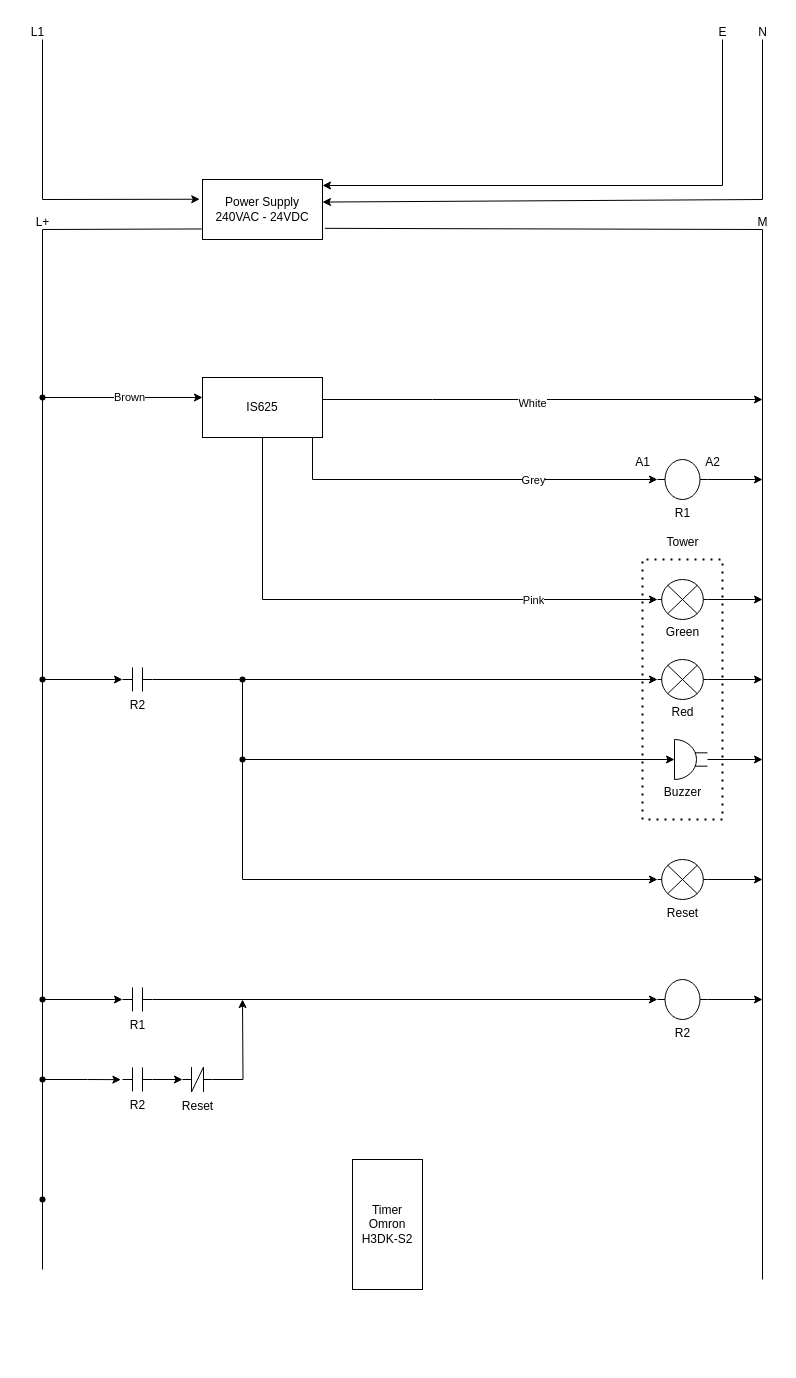
The draw.io diagram Upside Down Detector.drawio in nicholas-carnie/Nicks-files, before the edit. Source tidied: cells renumbered, new cells numbered last; positions are measured from the earlier drawing's top-left corner, leaving out a move shared by most shapes. Both pictures are drawn from the tidied source at 100%, with x=0, y=0 at pixel (17, 17).
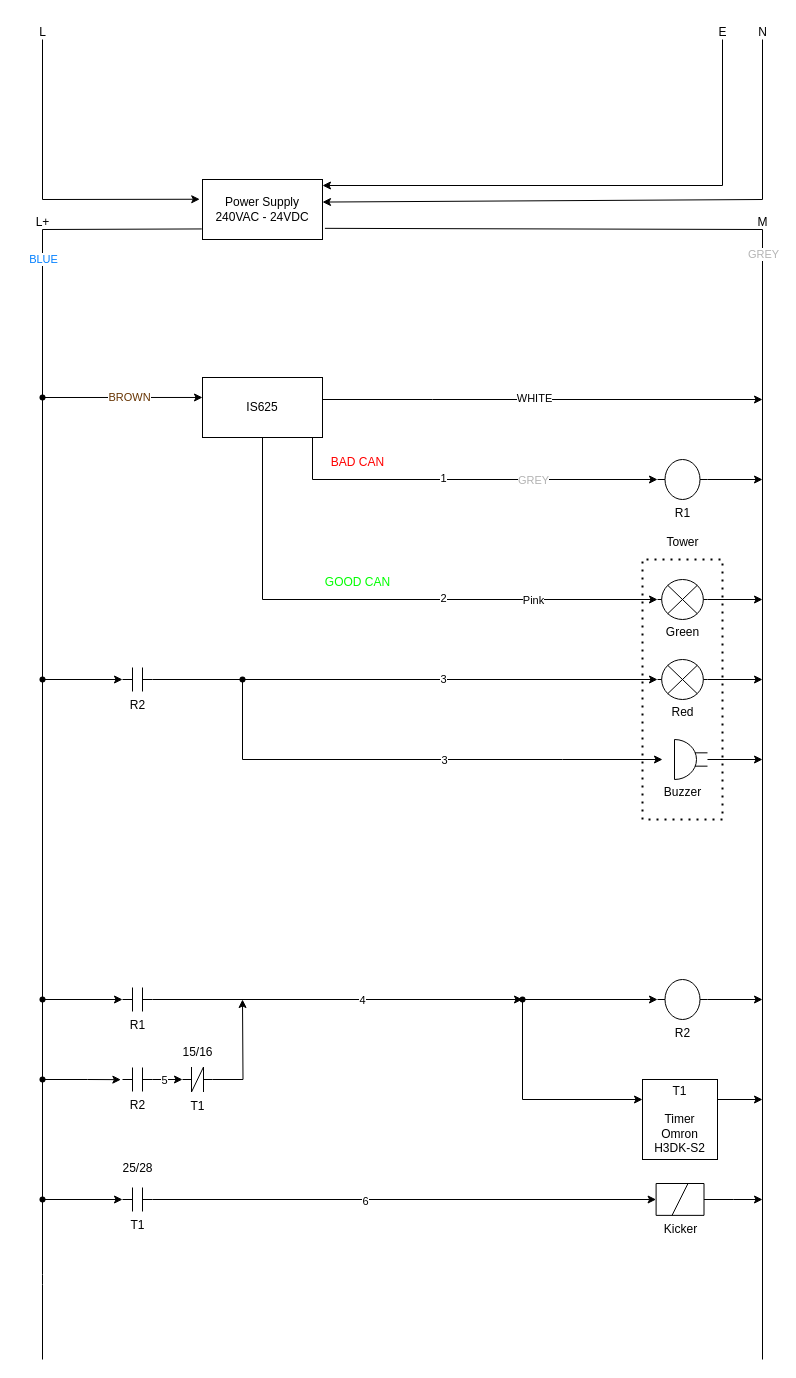
The same page after the edit.

The change refers to these unchanged cells:
```xml
<mxCell id="2" value="Power Supply&lt;div&gt;240VAC - 24VDC&lt;/div&gt;" style="rounded=0;whiteSpace=wrap;html=1;" parent="1" vertex="1">
  <mxGeometry x="185" y="162" width="120" height="60" as="geometry" />
</mxCell>
<mxCell id="7" style="endArrow=none;html=1;rounded=0;entryX=-0.006;entryY=0.824;entryDx=0;entryDy=0;entryPerimeter=0;" parent="1" edge="1" source="45" target="2">
  <mxGeometry relative="1" as="geometry">
    <Array as="points">
      <mxPoint x="25" y="212" />
    </Array>
  </mxGeometry>
</mxCell>
<mxCell id="11" style="edgeStyle=orthogonalEdgeStyle;rounded=0;jettySize=auto;html=1;" parent="1" edge="1" source="13">
  <mxGeometry relative="1" as="geometry">
    <mxPoint x="745" y="382" as="targetPoint" />
    <Array as="points">
      <mxPoint x="415" y="382" />
      <mxPoint x="415" y="382" />
    </Array>
  </mxGeometry>
</mxCell>
<mxCell id="25" style="verticalLabelPosition=bottom;shadow=0;dashed=0;align=center;html=1;verticalAlign=top;shape=mxgraph.electrical.electro-mechanical.buzzer;" parent="1" vertex="1">
  <mxGeometry x="657" y="722" width="33" height="40" as="geometry" />
</mxCell>
<mxCell id="28" style="edgeStyle=orthogonalEdgeStyle;rounded=0;jettySize=auto;html=1;entryX=0;entryY=0.5;entryDx=0;entryDy=0;entryPerimeter=0;" parent="1" edge="1" source="27" target="22">
  <mxGeometry relative="1" as="geometry" />
</mxCell>
<mxCell id="31" style="shape=waypoint;sketch=0;fillStyle=solid;size=6;points=[];fillColor=none;perimeter=centerPerimeter;snapToPoint=1;" parent="1" vertex="1">
  <mxGeometry x="215" y="652" width="20" height="20" as="geometry" />
</mxCell>
<mxCell id="36" value="R1" style="verticalLabelPosition=bottom;shadow=0;dashed=0;align=center;html=1;verticalAlign=top;shape=mxgraph.electrical.electro-mechanical.relay_contacts;" parent="1" vertex="1">
  <mxGeometry x="105" y="970" width="30" height="24" as="geometry" />
</mxCell>
<mxCell id="43" style="edgeStyle=orthogonalEdgeStyle;rounded=0;jettySize=auto;html=1;entryX=0;entryY=0.333;entryDx=0;entryDy=0;entryPerimeter=0;" parent="1" edge="1" source="45" target="13">
  <mxGeometry relative="1" as="geometry" />
</mxCell>
<mxCell id="46" style="edgeStyle=orthogonalEdgeStyle;rounded=0;jettySize=auto;html=1;entryX=0;entryY=0.5;entryDx=0;entryDy=0;entryPerimeter=0;" parent="1" edge="1" source="13" target="17">
  <mxGeometry relative="1" as="geometry">
    <Array as="points">
      <mxPoint x="295" y="462" />
    </Array>
  </mxGeometry>
</mxCell>
<mxCell id="48" style="edgeStyle=orthogonalEdgeStyle;rounded=0;jettySize=auto;html=1;entryX=0;entryY=0.5;entryDx=0;entryDy=0;entryPerimeter=0;" parent="1" edge="1" source="13" target="15">
  <mxGeometry relative="1" as="geometry">
    <Array as="points">
      <mxPoint x="245" y="582" />
    </Array>
  </mxGeometry>
</mxCell>
<mxCell id="55" value="R2" style="verticalLabelPosition=bottom;shadow=0;dashed=0;align=center;html=1;verticalAlign=top;shape=mxgraph.electrical.electro-mechanical.relay_coil_2;" parent="1" vertex="1">
  <mxGeometry x="640" y="962" width="50" height="40" as="geometry" />
</mxCell>
<mxCell id="62" style="edgeStyle=orthogonalEdgeStyle;rounded=0;jettySize=auto;html=1;exitX=1;exitY=0.5;exitDx=0;exitDy=0;exitPerimeter=0;entryX=0;entryY=0.5;entryDx=0;entryDy=0;entryPerimeter=0;" parent="1" edge="1" source="56" target="61">
  <mxGeometry relative="1" as="geometry" />
</mxCell>
<mxCell id="65" style="shape=waypoint;sketch=0;fillStyle=solid;size=6;points=[];fillColor=none;perimeter=centerPerimeter;snapToPoint=1;" parent="1" vertex="1">
  <mxGeometry x="15" y="1172" width="20" height="20" as="geometry" />
</mxCell>
```

What changed in the source:
```diff
@@
-    <mxCell id="4" value="L1" style="text;html=1;align=center;verticalAlign=middle;strokeColor=none;fillColor=none;" parent="1" vertex="1">
-      <mxGeometry width="40" height="30" as="geometry" />
+    <mxCell id="4" value="L" style="text;html=1;align=center;verticalAlign=middle;strokeColor=none;fillColor=none;" parent="1" vertex="1">
+      <mxGeometry x="10" width="30" height="30" as="geometry" />
     </mxCell>
@@
+    <mxCell id="66" value="&lt;font style=&quot;color: rgb(0, 127, 255);&quot;&gt;BLUE&lt;/font&gt;" style="edgeLabel;html=1;align=center;verticalAlign=middle;" parent="7" vertex="1">
+      <mxGeometry x="-0.15" relative="1" as="geometry" />
+    </mxCell>
@@
     <mxCell id="9" style="endArrow=none;html=1;rounded=0;exitX=1.02;exitY=0.814;exitDx=0;exitDy=0;exitPerimeter=0;" parent="1" edge="1" source="2">
       <mxGeometry relative="1" as="geometry">
-        <mxPoint x="745" y="1262" as="targetPoint" />
+        <mxPoint x="745" y="1342" as="targetPoint" />
         <Array as="points">
           <mxPoint x="745" y="212" />
         </Array>
       </mxGeometry>
     </mxCell>
+    <mxCell id="67" value="&lt;font style=&quot;color: rgb(179, 179, 179);&quot;&gt;GREY&lt;/font&gt;" style="edgeLabel;html=1;align=center;verticalAlign=middle;" parent="9" vertex="1">
+      <mxGeometry x="-0.41" y="-1" relative="1" as="geometry">
+        <mxPoint x="1" as="offset" />
+      </mxGeometry>
+    </mxCell>
@@
-    <mxCell id="12" value="White" style="edgeLabel;html=1;align=center;verticalAlign=middle;" parent="11" vertex="1">
-      <mxGeometry x="-0.05" y="-3" relative="1" as="geometry" />
+    <mxCell id="12" value="WHITE" style="edgeLabel;html=1;align=center;verticalAlign=middle;" parent="11" vertex="1">
+      <mxGeometry x="-0.05" y="-3" relative="1" as="geometry">
+        <mxPoint x="2" y="-5" as="offset" />
+      </mxGeometry>
     </mxCell>
@@
-    <mxCell id="29" style="edgeStyle=orthogonalEdgeStyle;rounded=0;jettySize=auto;html=1;entryX=0;entryY=0.5;entryDx=0;entryDy=0;entryPerimeter=0;" parent="1" edge="1" source="32" target="25">
-      <mxGeometry relative="1" as="geometry">
-        <Array as="points">
-          <mxPoint x="225" y="742" />
-        </Array>
-      </mxGeometry>
-    </mxCell>
-    <mxCell id="30" style="edgeStyle=orthogonalEdgeStyle;rounded=0;jettySize=auto;html=1;entryX=0;entryY=0.5;entryDx=0;entryDy=0;entryPerimeter=0;" parent="1" edge="1" source="31" target="34">
-      <mxGeometry relative="1" as="geometry">
-        <Array as="points">
-          <mxPoint x="225" y="862" />
-        </Array>
-      </mxGeometry>
-    </mxCell>
+    <mxCell id="68" value="3" style="edgeLabel;html=1;align=center;verticalAlign=middle;" parent="28" vertex="1">
+      <mxGeometry x="0.15" y="1" relative="1" as="geometry" />
+    </mxCell>
+    <mxCell id="69" style="edgeStyle=orthogonalEdgeStyle;rounded=0;jettySize=auto;html=1;" parent="1" edge="1" source="31">
+      <mxGeometry relative="1" as="geometry">
+        <mxPoint x="645" y="742" as="targetPoint" />
+        <Array as="points">
+          <mxPoint x="225" y="742" />
+          <mxPoint x="545" y="742" />
+        </Array>
+      </mxGeometry>
+    </mxCell>
+    <mxCell id="70" value="3" style="edgeLabel;html=1;align=center;verticalAlign=middle;" parent="69" vertex="1">
+      <mxGeometry x="0.13" y="1" relative="1" as="geometry">
+        <mxPoint x="-2" y="1" as="offset" />
+      </mxGeometry>
+    </mxCell>
@@
-    <mxCell id="32" style="shape=waypoint;sketch=0;fillStyle=solid;size=6;points=[];fillColor=none;perimeter=centerPerimeter;snapToPoint=1;" parent="1" vertex="1">
-      <mxGeometry x="215" y="732" width="20" height="20" as="geometry" />
-    </mxCell>
-    <mxCell id="33" style="edgeStyle=orthogonalEdgeStyle;rounded=0;jettySize=auto;html=1;" parent="1" edge="1" source="34">
-      <mxGeometry relative="1" as="geometry">
-        <mxPoint x="745" y="862" as="targetPoint" />
-      </mxGeometry>
-    </mxCell>
-    <mxCell id="34" value="Reset" style="verticalLabelPosition=bottom;shadow=0;dashed=0;align=center;html=1;verticalAlign=top;shape=mxgraph.electrical.miscellaneous.light_bulb;" parent="1" vertex="1">
-      <mxGeometry x="640" y="842" width="50" height="40" as="geometry" />
-    </mxCell>
-    <mxCell id="35" style="edgeStyle=orthogonalEdgeStyle;rounded=0;jettySize=auto;html=1;entryX=0;entryY=0.5;entryDx=0;entryDy=0;entryPerimeter=0;" parent="1" edge="1" source="36" target="55">
+    <mxCell id="35" style="edgeStyle=orthogonalEdgeStyle;rounded=0;jettySize=auto;html=1;entryX=0;entryY=0.5;entryDx=0;entryDy=0;entryPerimeter=0;" parent="1" edge="1" source="78" target="55">
       <mxGeometry relative="1" as="geometry" />
     </mxCell>
@@
-    <mxCell id="44" value="Brown" style="edgeLabel;html=1;align=center;verticalAlign=middle;" parent="43" vertex="1">
+    <mxCell id="44" value="BROWN" style="edgeLabel;html=1;align=center;verticalAlign=middle;fontColor=#663300;" parent="43" vertex="1">
       <mxGeometry x="0.09" relative="1" as="geometry" />
     </mxCell>
@@
-    <mxCell id="47" value="Grey" style="edgeLabel;html=1;align=center;verticalAlign=middle;" parent="46" vertex="1">
+    <mxCell id="47" value="GREY" style="edgeLabel;html=1;align=center;verticalAlign=middle;fontColor=#B3B3B3;" parent="46" vertex="1">
       <mxGeometry x="0.42" y="-1" relative="1" as="geometry">
         <mxPoint x="-13" y="-1" as="offset" />
       </mxGeometry>
     </mxCell>
+    <mxCell id="71" value="1" style="edgeLabel;html=1;align=center;verticalAlign=middle;" parent="46" vertex="1">
+      <mxGeometry x="-0.15" y="2" relative="1" as="geometry">
+        <mxPoint x="8" as="offset" />
+      </mxGeometry>
+    </mxCell>
@@
+    <mxCell id="72" value="2" style="edgeLabel;html=1;align=center;verticalAlign=middle;" parent="48" vertex="1">
+      <mxGeometry x="0.21" y="2" relative="1" as="geometry">
+        <mxPoint x="5" as="offset" />
+      </mxGeometry>
+    </mxCell>
@@
-    <mxCell id="52" value="A1" style="text;html=1;align=center;verticalAlign=middle;strokeColor=none;fillColor=none;" parent="1" vertex="1">
-      <mxGeometry x="605" y="430" width="40" height="30" as="geometry" />
-    </mxCell>
-    <mxCell id="53" value="A2" style="text;html=1;align=center;verticalAlign=middle;strokeColor=none;fillColor=none;" parent="1" vertex="1">
-      <mxGeometry x="675" y="430" width="40" height="30" as="geometry" />
-    </mxCell>
@@
-    <mxCell id="61" value="Reset" style="verticalLabelPosition=bottom;shadow=0;dashed=0;align=center;html=1;verticalAlign=top;shape=mxgraph.electrical.plc_ladder.not_contact;" parent="1" vertex="1">
+    <mxCell id="61" value="T1" style="verticalLabelPosition=bottom;shadow=0;dashed=0;align=center;html=1;verticalAlign=top;shape=mxgraph.electrical.plc_ladder.not_contact;" parent="1" vertex="1">
       <mxGeometry x="165" y="1049.5" width="30" height="25" as="geometry" />
     </mxCell>
@@
+    <mxCell id="73" value="5" style="edgeLabel;html=1;align=center;verticalAlign=middle;" parent="62" vertex="1">
+      <mxGeometry x="-0.3" relative="1" as="geometry" />
+    </mxCell>
+    <mxCell id="74" style="edgeStyle=orthogonalEdgeStyle;rounded=0;jettySize=auto;html=1;" parent="1" edge="1" source="63">
+      <mxGeometry relative="1" as="geometry">
+        <mxPoint x="745" y="1082" as="targetPoint" />
+        <Array as="points">
+          <mxPoint x="745" y="1082" />
+        </Array>
+      </mxGeometry>
+    </mxCell>
-    <mxCell id="63" value="Timer&lt;div&gt;Omron H3DK-S2&lt;/div&gt;" style="rounded=0;whiteSpace=wrap;html=1;" parent="1" vertex="1">
-      <mxGeometry x="335" y="1142" width="70" height="130" as="geometry" />
+    <mxCell id="63" value="&lt;div&gt;T1&lt;/div&gt;&lt;div&gt;&lt;br&gt;&lt;/div&gt;Timer&lt;div&gt;Omron H3DK-S2&lt;/div&gt;" style="rounded=0;whiteSpace=wrap;html=1;" parent="1" vertex="1">
+      <mxGeometry x="625" y="1062" width="75" height="80" as="geometry" />
     </mxCell>
-    <mxCell id="64" style="endArrow=none;html=1;rounded=0;entryDx=0;entryDy=0;entryPerimeter=0;" parent="1" edge="1" target="65">
+    <mxCell id="64" style="endArrow=none;html=1;rounded=0;entryDx=0;entryDy=0;entryPerimeter=0;" parent="1" edge="1">
       <mxGeometry relative="1" as="geometry">
-        <mxPoint x="25" y="1252" as="sourcePoint" />
+        <mxPoint x="25" y="1257" as="sourcePoint" />
+        <mxPoint x="25" y="1182" as="targetPoint" />
       </mxGeometry>
     </mxCell>
+    <mxCell id="75" style="edgeStyle=orthogonalEdgeStyle;rounded=0;jettySize=auto;html=1;entryDx=0;entryDy=0;entryPerimeter=0;" parent="1" edge="1" source="36" target="78">
+      <mxGeometry relative="1" as="geometry" />
+    </mxCell>
+    <mxCell id="76" value="4" style="edgeLabel;html=1;align=center;verticalAlign=middle;" parent="75" vertex="1">
+      <mxGeometry x="0.13" relative="1" as="geometry" />
+    </mxCell>
+    <mxCell id="77" style="edgeStyle=orthogonalEdgeStyle;rounded=0;jettySize=auto;html=1;" parent="1" edge="1" source="78">
+      <mxGeometry relative="1" as="geometry">
+        <mxPoint x="625" y="1082" as="targetPoint" />
+        <Array as="points">
+          <mxPoint x="505" y="1082" />
+          <mxPoint x="625" y="1082" />
+        </Array>
+      </mxGeometry>
+    </mxCell>
+    <mxCell id="78" style="shape=waypoint;sketch=0;fillStyle=solid;size=6;points=[];fillColor=none;perimeter=centerPerimeter;snapToPoint=1;" parent="1" vertex="1">
+      <mxGeometry x="495" y="972" width="20" height="20" as="geometry" />
+    </mxCell>
+    <mxCell id="79" value="15/16" style="text;html=1;align=center;verticalAlign=middle;strokeColor=none;fillColor=none;" parent="1" vertex="1">
+      <mxGeometry x="155" y="1020" width="50" height="30" as="geometry" />
+    </mxCell>
+    <mxCell id="80" style="endArrow=none;html=1;rounded=0;entryDx=0;entryDy=0;entryPerimeter=0;" parent="1" edge="1">
+      <mxGeometry relative="1" as="geometry">
+        <mxPoint x="25" y="1342" as="sourcePoint" />
+        <mxPoint x="25" y="1267" as="targetPoint" />
+      </mxGeometry>
+    </mxCell>
+    <mxCell id="81" style="endArrow=none;html=1;rounded=0;entryDx=0;entryDy=0;entryPerimeter=0;" parent="1" edge="1">
+      <mxGeometry relative="1" as="geometry">
+        <mxPoint x="25" y="1267" as="sourcePoint" />
+        <mxPoint x="25" y="1257" as="targetPoint" />
+      </mxGeometry>
+    </mxCell>
+    <mxCell id="82" value="T1" style="verticalLabelPosition=bottom;shadow=0;dashed=0;align=center;html=1;verticalAlign=top;shape=mxgraph.electrical.electro-mechanical.relay_contacts;" parent="1" vertex="1">
+      <mxGeometry x="105" y="1170" width="30" height="24" as="geometry" />
+    </mxCell>
@@
+    <mxCell id="83" style="edgeStyle=orthogonalEdgeStyle;rounded=0;jettySize=auto;html=1;entryX=0;entryY=0.5;entryDx=0;entryDy=0;entryPerimeter=0;" parent="1" edge="1" source="65" target="82">
+      <mxGeometry relative="1" as="geometry" />
+    </mxCell>
+    <mxCell id="84" style="edgeStyle=orthogonalEdgeStyle;rounded=0;jettySize=auto;html=1;" parent="1" edge="1" source="85">
+      <mxGeometry relative="1" as="geometry">
+        <mxPoint x="745" y="1182" as="targetPoint" />
+      </mxGeometry>
+    </mxCell>
+    <mxCell id="85" value="Kicker" style="verticalLabelPosition=bottom;html=1;verticalAlign=top;fillColor=strokeColor;align=center;outlineConnect=0;shape=mxgraph.fluid_power.x10110;points=[[0,0,0],[0,0.5,0],[0,1,0],[1,0,0],[1,0.5,0],[1,1,0],[0.5,0,0],[0.5,1,0]];" parent="1" vertex="1">
+      <mxGeometry x="638.6" y="1166" width="47.9" height="32" as="geometry" />
+    </mxCell>
+    <mxCell id="86" style="edgeStyle=orthogonalEdgeStyle;rounded=0;jettySize=auto;html=1;entryX=0;entryY=0.5;entryDx=0;entryDy=0;entryPerimeter=0;" parent="1" edge="1" source="82" target="85">
+      <mxGeometry relative="1" as="geometry" />
+    </mxCell>
+    <mxCell id="87" value="6" style="edgeLabel;html=1;align=center;verticalAlign=middle;" parent="86" vertex="1">
+      <mxGeometry x="-0.16" y="-1" relative="1" as="geometry" />
+    </mxCell>
+    <mxCell id="88" value="25/28" style="text;html=1;align=center;verticalAlign=middle;strokeColor=none;fillColor=none;" parent="1" vertex="1">
+      <mxGeometry x="95" y="1136" width="50" height="30" as="geometry" />
+    </mxCell>
+    <mxCell id="89" value="&lt;font style=&quot;color: rgb(255, 0, 0);&quot;&gt;BAD CAN&lt;/font&gt;" style="text;html=1;align=center;verticalAlign=middle;strokeColor=none;fillColor=none;" parent="1" vertex="1">
+      <mxGeometry x="300" y="430" width="80" height="30" as="geometry" />
+    </mxCell>
+    <mxCell id="90" value="&lt;font style=&quot;color: rgb(0, 255, 0);&quot;&gt;GOOD CAN&lt;/font&gt;" style="text;html=1;align=center;verticalAlign=middle;strokeColor=none;fillColor=none;" parent="1" vertex="1">
+      <mxGeometry x="295" y="550" width="90" height="30" as="geometry" />
+    </mxCell>
```
